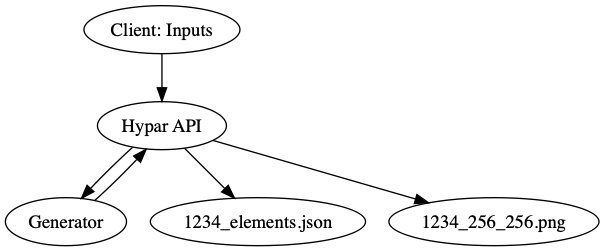
Above: generator.png in hypar-io/MakeHypar (Graphviz), before the change. Its source is kept beside it as generator.dot.
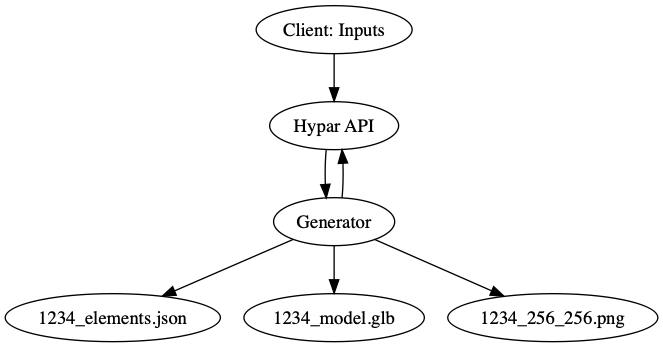
Later version of the same file.

What changed in the source:
```diff
@@ -2,6 +2,7 @@
   "Client: Inputs" -> "Hypar API"
   "Hypar API" -> "Generator"
   "Generator" -> "Hypar API"
-  "Hypar API" -> "1234_elements.json"
-  "Hypar API" -> "1234_256_256.png"
+  "Generator" -> "1234_elements.json"
+  "Generator" -> "1234_model.glb"
+  "Generator" -> "1234_256_256.png"
 }
```
